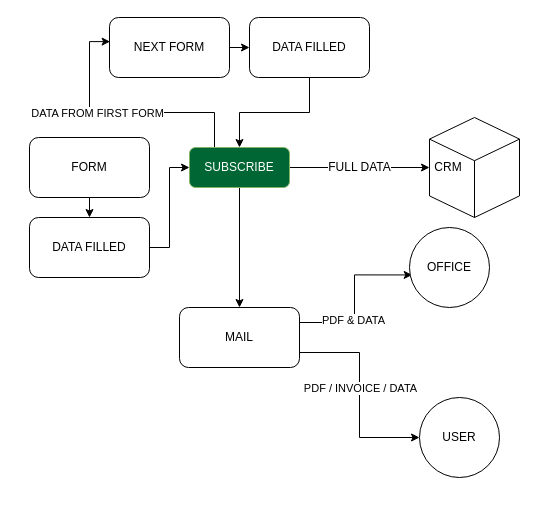
The draw.io diagram New ZN Diagram.drawio in Giladx/draw.io, before the edit. Source tidied: cells renumbered, new cells numbered last; positions are measured from the earlier drawing's top-left corner, leaving out a move shared by most shapes. Both pictures are drawn from the tidied source at 100%, with x=0, y=0 at pixel (29, 17).
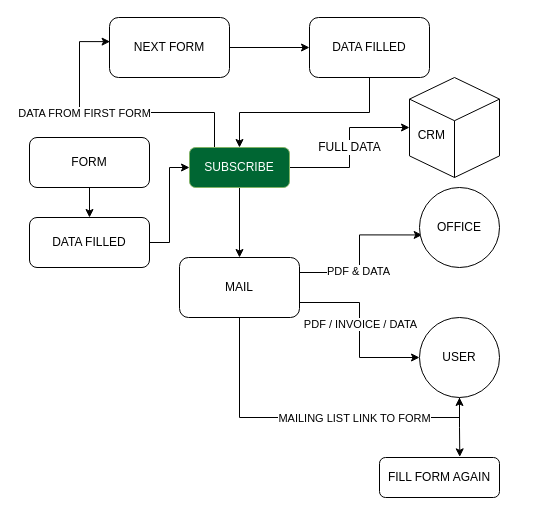
The same page after the edit.

Unchanged cells that the change refers to:
```xml
<mxCell id="13" value="SUBSCRIBE" style="rounded=1;whiteSpace=wrap;html=1;fillColor=#006633;strokeColor=#82b366;fontColor=#ffffff;" parent="1" vertex="1">
  <mxGeometry x="160" y="130" width="100" height="40" as="geometry" />
</mxCell>
<mxCell id="19" value="NEXT FORM" style="rounded=1;whiteSpace=wrap;html=1;" parent="1" vertex="1">
  <mxGeometry x="80" width="120" height="60" as="geometry" />
</mxCell>
```

Diff of the diagram source:
```diff
@@
     <mxCell id="3" value="FORM" style="rounded=1;whiteSpace=wrap;html=1;" parent="1" vertex="1">
-      <mxGeometry y="120" width="120" height="60" as="geometry" />
+      <mxGeometry y="120" width="120" height="50" as="geometry" />
     </mxCell>
@@
+    <mxCell id="23" style="edgeStyle=orthogonalEdgeStyle;rounded=0;jettySize=auto;html=1;exitX=0.5;exitY=1;exitDx=0;exitDy=0;entryX=0.5;entryY=1;entryDx=0;entryDy=0;" parent="1" edge="1" source="8" target="14">
+      <mxGeometry relative="1" as="geometry" />
+    </mxCell>
+    <mxCell id="24" value="MAILING LIST LINK TO FORM" style="edgeLabel;html=1;align=center;verticalAlign=middle;" parent="23" vertex="1">
+      <mxGeometry x="0.05" relative="1" as="geometry">
+        <mxPoint x="35" as="offset" />
+      </mxGeometry>
+    </mxCell>
     <mxCell id="8" value="MAIL" style="rounded=1;whiteSpace=wrap;html=1;" parent="1" vertex="1">
-      <mxGeometry x="150" y="290" width="120" height="60" as="geometry" />
+      <mxGeometry x="150" y="240" width="120" height="60" as="geometry" />
     </mxCell>
@@
     <mxCell id="11" style="edgeStyle=orthogonalEdgeStyle;rounded=0;jettySize=auto;html=1;exitX=0.25;exitY=0;exitDx=0;exitDy=0;entryX=0.005;entryY=0.402;entryDx=0;entryDy=0;entryPerimeter=0;" parent="1" edge="1" source="13" target="19">
-      <mxGeometry relative="1" as="geometry" />
+      <mxGeometry relative="1" as="geometry">
+        <Array as="points">
+          <mxPoint x="185" y="95" />
+          <mxPoint x="50" y="95" />
+          <mxPoint x="50" y="24" />
+        </Array>
+      </mxGeometry>
     </mxCell>
@@
+    <mxCell id="25" style="edgeStyle=orthogonalEdgeStyle;rounded=0;jettySize=auto;html=1;entryX=0.669;entryY=-0.016;entryDx=0;entryDy=0;entryPerimeter=0;" parent="1" edge="1" source="14" target="27">
+      <mxGeometry relative="1" as="geometry" />
+    </mxCell>
     <mxCell id="14" value="USER" style="ellipse;whiteSpace=wrap;html=1;" parent="1" vertex="1">
-      <mxGeometry x="390" y="380" width="80" height="80" as="geometry" />
+      <mxGeometry x="390" y="300" width="80" height="80" as="geometry" />
     </mxCell>
     <mxCell id="15" value="OFFICE" style="ellipse;whiteSpace=wrap;html=1;" parent="1" vertex="1">
-      <mxGeometry x="380" y="210" width="80" height="80" as="geometry" />
+      <mxGeometry x="390" y="170" width="80" height="80" as="geometry" />
     </mxCell>
@@
     <mxCell id="17" value="DATA FILLED" style="rounded=1;whiteSpace=wrap;html=1;" parent="1" vertex="1">
-      <mxGeometry y="200" width="120" height="60" as="geometry" />
+      <mxGeometry y="200" width="120" height="50" as="geometry" />
     </mxCell>
@@
     <mxCell id="21" value="DATA FILLED" style="rounded=1;whiteSpace=wrap;html=1;" parent="1" vertex="1">
-      <mxGeometry x="220" width="120" height="60" as="geometry" />
+      <mxGeometry x="280" width="120" height="60" as="geometry" />
     </mxCell>
-    <mxCell id="22" value="&amp;nbsp;CRM" style="html=1;whiteSpace=wrap;shape=isoCube2;backgroundOutline=1;isoAngle=15;align=left;" parent="1" vertex="1">
-      <mxGeometry x="400" y="100" width="90" height="100" as="geometry" />
+    <mxCell id="22" value="&amp;nbsp;&lt;br&gt;&amp;nbsp; CRM" style="html=1;whiteSpace=wrap;shape=isoCube2;backgroundOutline=1;isoAngle=15;align=left;" parent="1" vertex="1">
+      <mxGeometry x="380" y="60" width="90" height="100" as="geometry" />
     </mxCell>
+    <mxCell id="26" style="edgeStyle=orthogonalEdgeStyle;rounded=0;orthogonalLoop=1;jettySize=auto;html=1;exitX=0.5;exitY=1;exitDx=0;exitDy=0;" parent="1" edge="1" source="8" target="8">
+      <mxGeometry relative="1" as="geometry" />
+    </mxCell>
+    <mxCell id="27" value="FILL FORM AGAIN" style="rounded=1;whiteSpace=wrap;html=1;" parent="1" vertex="1">
+      <mxGeometry x="350" y="440" width="120" height="40" as="geometry" />
+    </mxCell>
```
